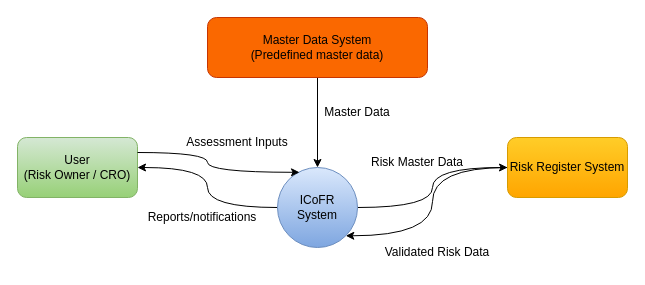
AvikM1996/draw.io keeps this draw.io diagram as page "ICOFR_LEVEL_0" (3 of 6) of ICOFR.drawio. Above is the earlier version. Source tidied: cells renumbered, new cells numbered last; positions are measured from the earlier drawing's top-left corner, leaving out a move shared by most shapes. Both pictures are drawn from the tidied source at 100%, with x=0, y=0 at pixel (17, 17).
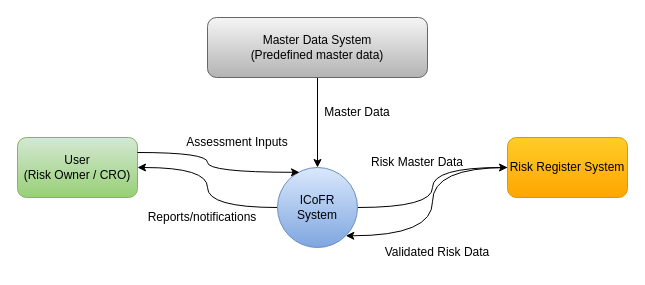
Above is the later version.

The edit, as a diff of the source:
```diff
@@
 <mxGraphModel>
   <root>
     <mxCell id="0" />
     <mxCell id="1" parent="0" />
     <mxCell id="2" style="edgeStyle=orthogonalEdgeStyle;rounded=0;jettySize=auto;html=1;entryX=0.5;entryY=0;entryDx=0;entryDy=0;" parent="1" edge="1" source="3" target="9">
       <mxGeometry relative="1" as="geometry" />
     </mxCell>
-    <mxCell id="3" value="Master Data System&lt;br&gt;(Predefined master data)" style="rounded=1;whiteSpace=wrap;html=1;fillColor=light-dark(#fa6800, #7e5335);fontColor=#000000;strokeColor=#C73500;" parent="1" vertex="1">
+    <mxCell id="3" value="Master Data System&lt;br&gt;(Predefined master data)" style="rounded=1;whiteSpace=wrap;html=1;fillColor=#f5f5f5;strokeColor=#666666;gradientColor=#b3b3b3;" parent="1" vertex="1">
       <mxGeometry x="190" width="220" height="60" as="geometry" />
     </mxCell>
     <mxCell id="4" value="User&lt;br&gt;(Risk Owner / CRO)" style="rounded=1;whiteSpace=wrap;html=1;fillColor=#d5e8d4;strokeColor=#82b366;gradientColor=#97d077;" parent="1" vertex="1">
       <mxGeometry y="120" width="120" height="60" as="geometry" />
     </mxCell>
     <mxCell id="5" style="rounded=0;jettySize=auto;html=1;entryX=1;entryY=1;entryDx=0;entryDy=0;edgeStyle=orthogonalEdgeStyle;curved=1;" parent="1" edge="1" source="6" target="9">
       <mxGeometry relative="1" as="geometry" />
     </mxCell>
     <mxCell id="6" value="Risk Register System" style="rounded=1;whiteSpace=wrap;html=1;fillColor=#ffcd28;strokeColor=#d79b00;gradientColor=#ffa500;" parent="1" vertex="1">
       <mxGeometry x="490" y="120" width="120" height="60" as="geometry" />
     </mxCell>
     <mxCell id="7" style="edgeStyle=orthogonalEdgeStyle;rounded=0;jettySize=auto;html=1;entryX=1;entryY=0.5;entryDx=0;entryDy=0;curved=1;" parent="1" edge="1" source="9" target="4">
       <mxGeometry relative="1" as="geometry" />
     </mxCell>
     <mxCell id="8" style="edgeStyle=orthogonalEdgeStyle;rounded=0;jettySize=auto;html=1;curved=1;" parent="1" edge="1" source="9" target="6">
       <mxGeometry relative="1" as="geometry" />
     </mxCell>
     <mxCell id="9" value="ICoFR&lt;br&gt;System" style="ellipse;whiteSpace=wrap;html=1;fillColor=#dae8fc;gradientColor=#7ea6e0;strokeColor=#6c8ebf;" parent="1" vertex="1">
       <mxGeometry x="260" y="150" width="80" height="80" as="geometry" />
     </mxCell>
     <mxCell id="10" value="Reports/notifications" style="text;html=1;whiteSpace=wrap;strokeColor=none;fillColor=none;align=center;verticalAlign=middle;rounded=0;" parent="1" vertex="1">
       <mxGeometry x="130" y="190" width="110" height="20" as="geometry" />
     </mxCell>
     <mxCell id="11" style="edgeStyle=orthogonalEdgeStyle;rounded=0;jettySize=auto;html=1;exitX=1;exitY=0.25;exitDx=0;exitDy=0;entryX=0.275;entryY=0.06;entryDx=0;entryDy=0;entryPerimeter=0;curved=1;" parent="1" edge="1" source="4" target="9">
       <mxGeometry relative="1" as="geometry" />
     </mxCell>
     <mxCell id="12" value="Assessment Inputs" style="text;html=1;whiteSpace=wrap;strokeColor=none;fillColor=none;align=center;verticalAlign=middle;rounded=0;" parent="1" vertex="1">
       <mxGeometry x="150" y="110" width="140" height="30" as="geometry" />
     </mxCell>
     <mxCell id="13" value="Master Data" style="text;html=1;whiteSpace=wrap;strokeColor=none;fillColor=none;align=center;verticalAlign=middle;rounded=0;" parent="1" vertex="1">
       <mxGeometry x="300" y="80" width="80" height="30" as="geometry" />
     </mxCell>
     <mxCell id="14" value="Validated Risk Data" style="text;html=1;whiteSpace=wrap;strokeColor=none;fillColor=none;align=center;verticalAlign=middle;rounded=0;" parent="1" vertex="1">
       <mxGeometry x="360" y="220" width="120" height="30" as="geometry" />
     </mxCell>
     <mxCell id="15" value="Risk Master Data" style="text;html=1;whiteSpace=wrap;strokeColor=none;fillColor=none;align=center;verticalAlign=middle;rounded=0;" parent="1" vertex="1">
       <mxGeometry x="350" y="120" width="100" height="50" as="geometry" />
     </mxCell>
   </root>
 </mxGraphModel>
```
